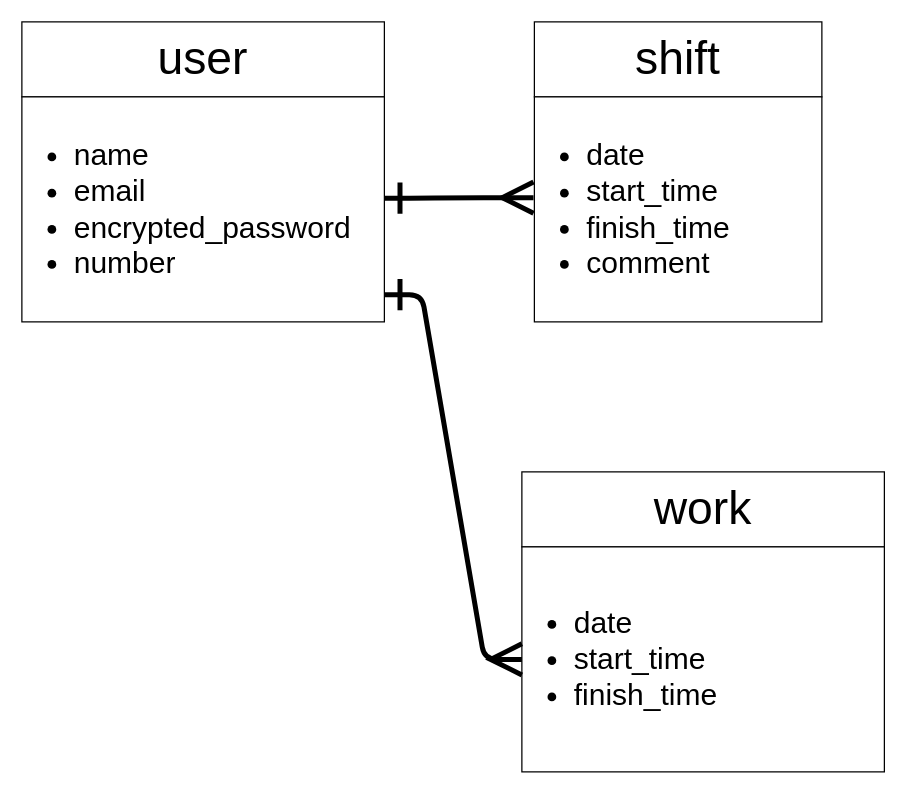
Before: ER.dio in shuto012/shift-app, a draw.io diagram. Source tidied: cells renumbered, new cells numbered last; positions are measured from the earlier drawing's top-left corner, leaving out a move shared by most shapes. Both pictures are drawn from the tidied source at 125%, with x=0, y=0 at pixel (21, 21).
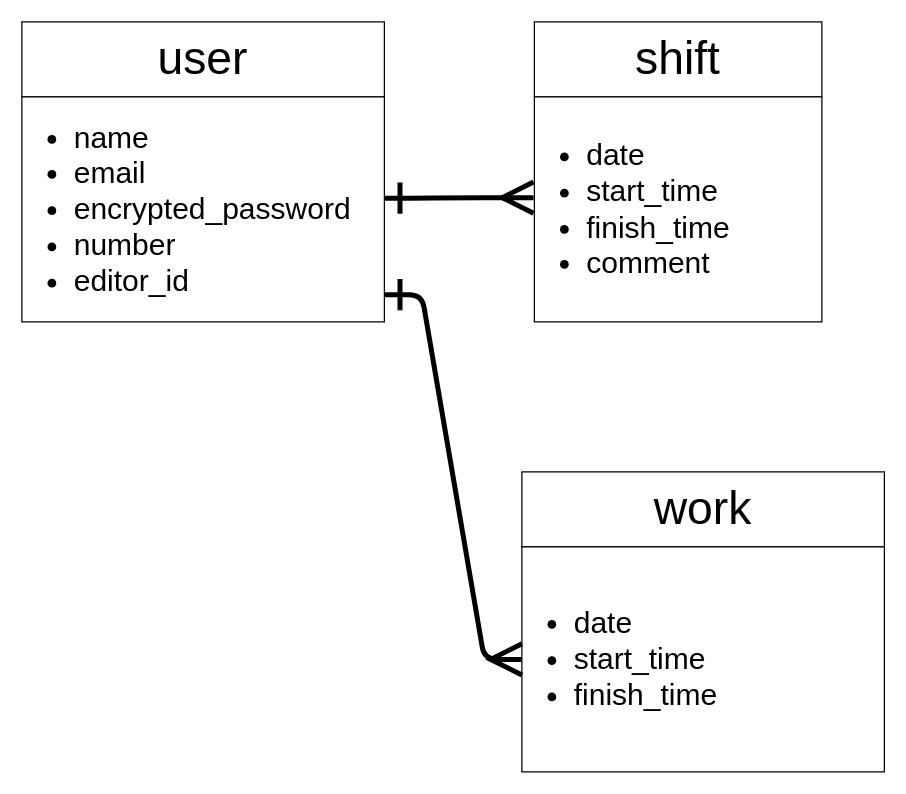
Above is the later version.

Commit message (it also covers changes not shown here):
README,ER図（user)追記

Diff of the diagram source:
```diff
@@
 <mxGraphModel>
   <root>
     <mxCell id="0" />
     <mxCell id="1" parent="0" />
     <mxCell id="2" value="&lt;font style=&quot;font-size: 37px&quot;&gt;user&lt;/font&gt;" style="whiteSpace=wrap;html=1;" parent="1" vertex="1">
       <mxGeometry width="290" height="60" as="geometry" />
     </mxCell>
-    <mxCell id="3" value="&lt;div&gt;&lt;ul&gt;&lt;li&gt;name&lt;/li&gt;&lt;li&gt;email&lt;/li&gt;&lt;li&gt;encrypted_password&lt;/li&gt;&lt;li&gt;number&lt;/li&gt;&lt;/ul&gt;&lt;/div&gt;" style="whiteSpace=wrap;html=1;fontSize=24;align=left;" parent="1" vertex="1">
+    <mxCell id="3" value="&lt;div&gt;&lt;ul&gt;&lt;li&gt;name&lt;/li&gt;&lt;li&gt;email&lt;/li&gt;&lt;li&gt;encrypted_password&lt;/li&gt;&lt;li&gt;number&lt;/li&gt;&lt;li&gt;editor_id&lt;/li&gt;&lt;/ul&gt;&lt;/div&gt;" style="whiteSpace=wrap;html=1;fontSize=24;align=left;" parent="1" vertex="1">
       <mxGeometry y="60" width="290" height="180" as="geometry" />
     </mxCell>
     <mxCell id="4" value="shift" style="whiteSpace=wrap;html=1;fontSize=37;" parent="1" vertex="1">
       <mxGeometry x="410" width="230" height="60" as="geometry" />
     </mxCell>
     <mxCell id="5" value="&lt;ul style=&quot;font-size: 24px&quot;&gt;&lt;li&gt;date&lt;/li&gt;&lt;li&gt;start_time&lt;/li&gt;&lt;li&gt;finish_time&lt;/li&gt;&lt;li&gt;comment&lt;/li&gt;&lt;/ul&gt;" style="whiteSpace=wrap;html=1;fontSize=37;align=left;" parent="1" vertex="1">
       <mxGeometry x="410" y="60" width="230" height="180" as="geometry" />
     </mxCell>
     <mxCell id="6" style="edgeStyle=entityRelationEdgeStyle;fontSize=12;html=1;endArrow=ERmany;endFill=0;entryX=-0.003;entryY=0.448;entryDx=0;entryDy=0;entryPerimeter=0;endSize=20;startArrow=ERone;startFill=0;startSize=20;strokeWidth=4;" parent="1" edge="1" target="5">
       <mxGeometry relative="1" as="geometry">
         <mxPoint x="290" y="141" as="sourcePoint" />
       </mxGeometry>
     </mxCell>
     <mxCell id="7" value="&lt;span style=&quot;font-size: 37px;&quot;&gt;work&lt;/span&gt;" style="whiteSpace=wrap;html=1;" parent="1" vertex="1">
       <mxGeometry x="400" y="360" width="290" height="60" as="geometry" />
     </mxCell>
     <mxCell id="8" value="&lt;ul&gt;&lt;li&gt;date&lt;/li&gt;&lt;li&gt;start_time&lt;/li&gt;&lt;li&gt;finish_time&lt;/li&gt;&lt;/ul&gt;" style="whiteSpace=wrap;html=1;fontSize=24;align=left;" parent="1" vertex="1">
       <mxGeometry x="400" y="420" width="290" height="180" as="geometry" />
     </mxCell>
     <mxCell id="9" style="edgeStyle=entityRelationEdgeStyle;fontSize=12;html=1;endArrow=ERmany;endFill=0;endSize=20;startArrow=ERone;startFill=0;startSize=20;strokeWidth=4;entryX=0;entryY=0.5;entryDx=0;entryDy=0;exitX=1;exitY=0.879;exitDx=0;exitDy=0;exitPerimeter=0;" parent="1" edge="1" source="3" target="8">
       <mxGeometry relative="1" as="geometry" />
     </mxCell>
   </root>
 </mxGraphModel>
```
